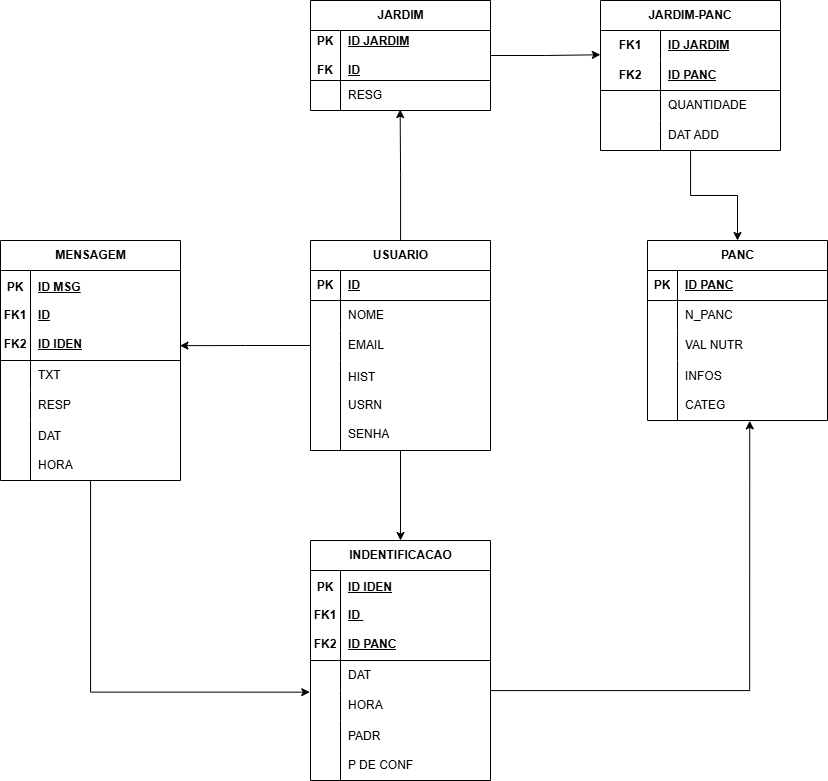
Earlier version of the draw.io export Diagramas/Diagrama logico TCC.png (ThiagoNestor/tcc-thiago-nestor-lais-ferrari-leticia-cardoso-rebeca-carvalho). Source tidied: cells renumbered, new cells last; positions are measured from the earlier drawing's top-left corner, leaving out a move shared by most shapes.
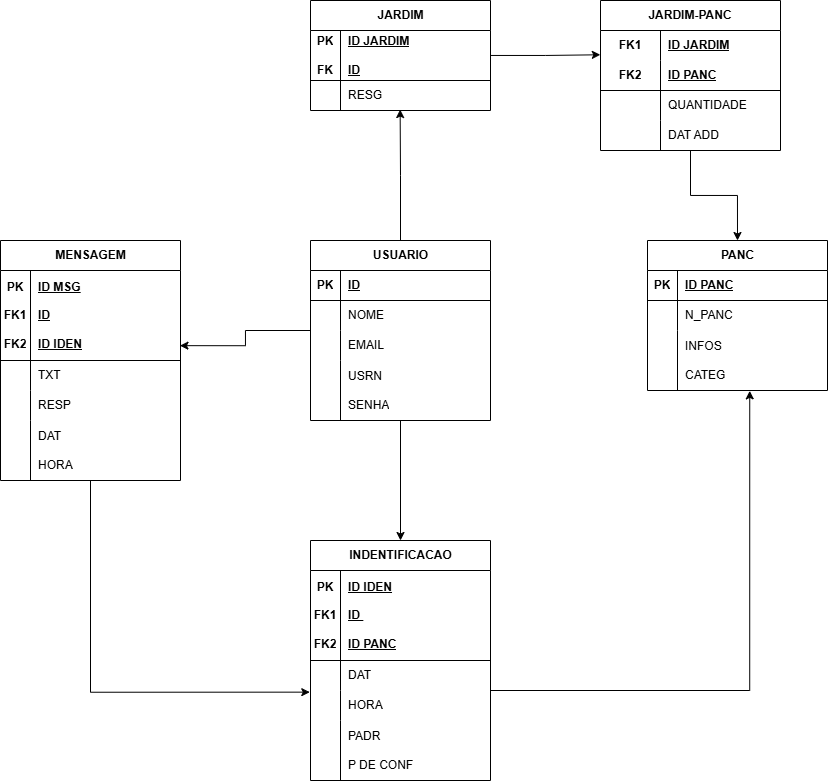
After the commit.

Diff of the diagram source:
```diff
@@ -12,7 +12,7 @@
       <mxGeometry relative="1" as="geometry" />
     </mxCell>
     <mxCell id="5" value="USUARIO" style="shape=table;startSize=30;rowLines=0;fontStyle=1;align=center;html=1;" parent="1" vertex="1">
-      <mxGeometry x="310" y="240" width="180" height="210" as="geometry" />
+      <mxGeometry x="310" y="240" width="180" height="180" as="geometry" />
     </mxCell>
     <mxCell id="6" style="shape=tableRow;horizontal=0;startSize=0;swimlaneHead=0;swimlaneBody=0;fillColor=none;top=0;left=0;right=0;bottom=1;" parent="5" vertex="1">
       <mxGeometry y="30" width="180" height="30" as="geometry" />
@@ -42,13 +42,13 @@
       <mxGeometry x="30" width="150" height="30" as="geometry" />
     </mxCell>
     <mxCell id="15" style="shape=tableRow;horizontal=0;startSize=0;swimlaneHead=0;swimlaneBody=0;fillColor=none;top=0;left=0;right=0;bottom=0;" parent="5" vertex="1">
-      <mxGeometry y="120" width="180" height="90" as="geometry" />
+      <mxGeometry y="120" width="180" height="60" as="geometry" />
     </mxCell>
     <mxCell id="16" style="shape=partialRectangle;fillColor=none;top=0;left=0;bottom=0;right=0;overflow=hidden;whiteSpace=wrap;html=1;" parent="15" vertex="1">
-      <mxGeometry width="30" height="90" as="geometry" />
+      <mxGeometry width="30" height="60" as="geometry" />
     </mxCell>
-    <mxCell id="17" value="HIST&lt;div&gt;&lt;br&gt;&lt;/div&gt;&lt;div&gt;USRN&lt;/div&gt;&lt;div&gt;&lt;br&gt;&lt;/div&gt;&lt;div&gt;SENHA&lt;/div&gt;" style="shape=partialRectangle;fillColor=none;top=0;left=0;bottom=0;right=0;align=left;spacingLeft=6;overflow=hidden;whiteSpace=wrap;html=1;" parent="15" vertex="1">
-      <mxGeometry x="30" width="150" height="90" as="geometry" />
+    <mxCell id="17" value="&lt;div&gt;USRN&lt;/div&gt;&lt;div&gt;&lt;br&gt;&lt;/div&gt;&lt;div&gt;SENHA&lt;/div&gt;" style="shape=partialRectangle;fillColor=none;top=0;left=0;bottom=0;right=0;align=left;spacingLeft=6;overflow=hidden;whiteSpace=wrap;html=1;" parent="15" vertex="1">
+      <mxGeometry x="30" width="150" height="60" as="geometry" />
     </mxCell>
     <mxCell id="18" style="edgeStyle=orthogonalEdgeStyle;rounded=0;jettySize=auto;html=1;entryX=-0.001;entryY=0.809;entryDx=0;entryDy=0;entryPerimeter=0;" parent="1" edge="1" source="19" target="69">
       <mxGeometry relative="1" as="geometry" />
@@ -75,7 +75,7 @@
       <mxGeometry x="30" width="150" height="30" as="geometry" />
     </mxCell>
     <mxCell id="26" value="PANC" style="shape=table;startSize=30;rowLines=0;fontStyle=1;align=center;html=1;" parent="1" vertex="1">
-      <mxGeometry x="647" y="240" width="180" height="180" as="geometry" />
+      <mxGeometry x="647" y="240" width="180" height="150" as="geometry" />
     </mxCell>
     <mxCell id="27" style="shape=tableRow;horizontal=0;startSize=0;swimlaneHead=0;swimlaneBody=0;fillColor=none;top=0;left=0;right=0;bottom=1;" parent="26" vertex="1">
       <mxGeometry y="30" width="180" height="30" as="geometry" />
@@ -95,17 +95,8 @@
     <mxCell id="32" value="N_PANC" style="shape=partialRectangle;fillColor=none;top=0;left=0;bottom=0;right=0;align=left;spacingLeft=6;overflow=hidden;whiteSpace=wrap;html=1;" parent="30" vertex="1">
       <mxGeometry x="30" width="150" height="30" as="geometry" />
     </mxCell>
-    <mxCell id="33" style="shape=tableRow;horizontal=0;startSize=0;swimlaneHead=0;swimlaneBody=0;fillColor=none;top=0;left=0;right=0;bottom=0;" parent="26" vertex="1">
-      <mxGeometry y="90" width="180" height="30" as="geometry" />
-    </mxCell>
-    <mxCell id="34" style="shape=partialRectangle;fillColor=none;top=0;left=0;bottom=0;right=0;overflow=hidden;whiteSpace=wrap;html=1;" parent="33" vertex="1">
-      <mxGeometry width="30" height="30" as="geometry" />
-    </mxCell>
-    <mxCell id="35" value="VAL NUTR" style="shape=partialRectangle;fillColor=none;top=0;left=0;bottom=0;right=0;align=left;spacingLeft=6;overflow=hidden;whiteSpace=wrap;html=1;" parent="33" vertex="1">
-      <mxGeometry x="30" width="150" height="30" as="geometry" />
-    </mxCell>
     <mxCell id="36" style="shape=tableRow;horizontal=0;startSize=0;swimlaneHead=0;swimlaneBody=0;fillColor=none;points=[[0,0.5],[1,0.5]];portConstraint=eastwest;top=0;left=0;right=0;bottom=0;" parent="26" vertex="1">
-      <mxGeometry y="120" width="180" height="60" as="geometry" />
+      <mxGeometry y="90" width="180" height="60" as="geometry" />
     </mxCell>
     <mxCell id="37" style="shape=partialRectangle;fillColor=none;top=0;left=0;bottom=0;right=0;overflow=hidden;whiteSpace=wrap;html=1;" parent="36" vertex="1">
       <mxGeometry width="30" height="60" as="geometry" />
```
